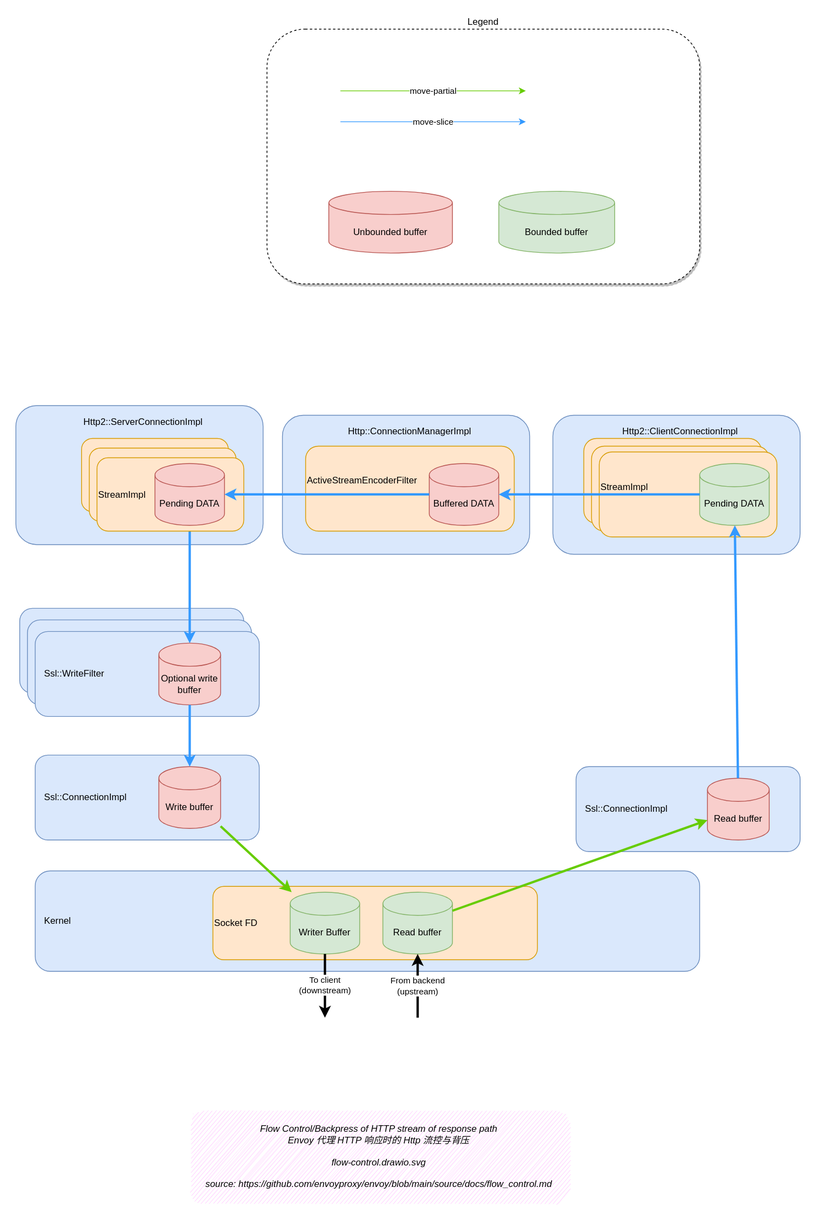
Before: docs/source/ch2-envoy/arch/flow-control/flow-control.drawio.svg, a diagram exported from draw.io (labilezhu/istio-insider). Source tidied: cells renumbered, new cells last; positions are measured from the earlier drawing's top-left corner, leaving out a move shared by most shapes.
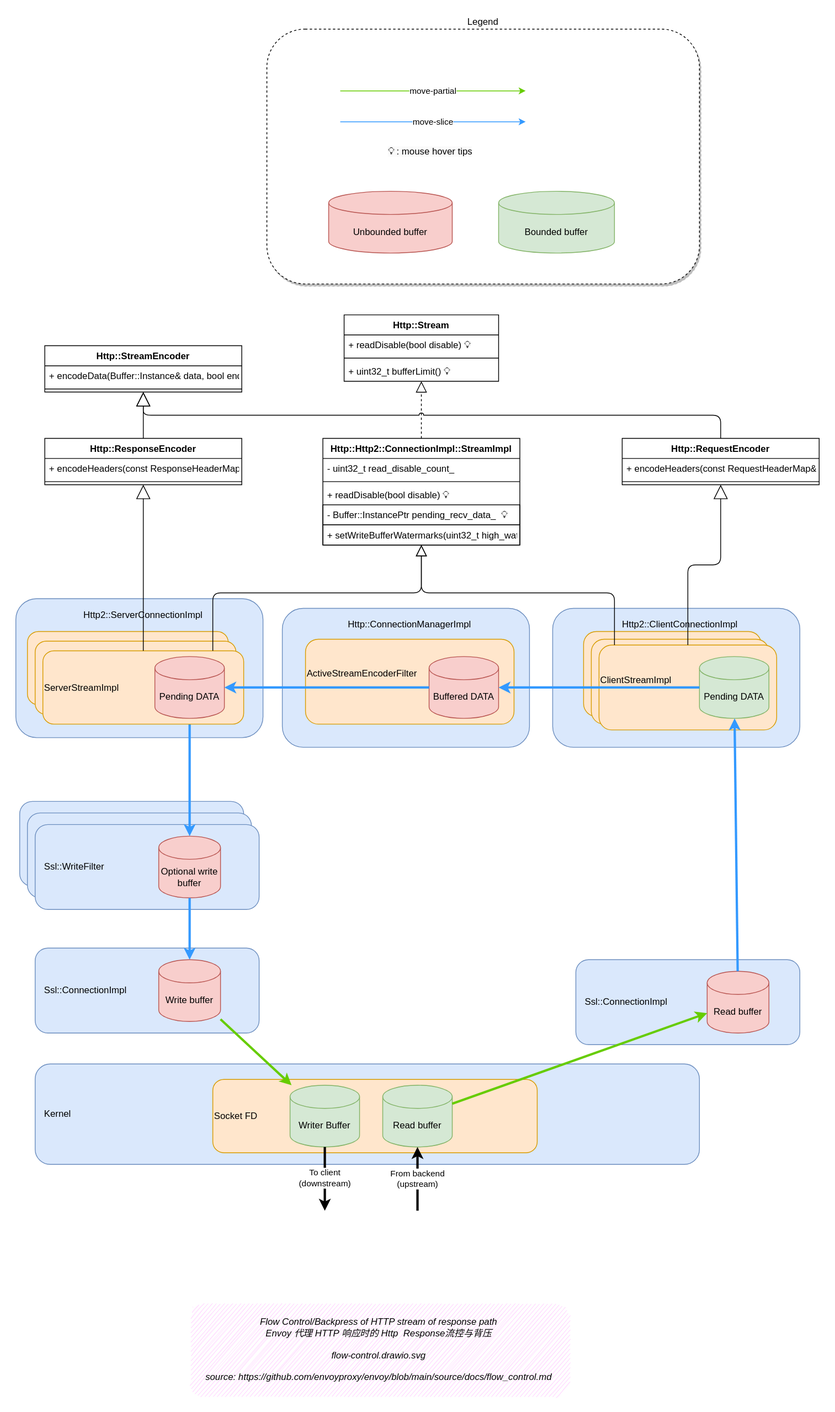
The same diagram one commit later.

The edit, as a diff of the source:
```diff
@@ -14,24 +14,24 @@
     <mxCell id="5" value="Ssl::WriteFilter" style="rounded=1;whiteSpace=wrap;html=1;fillColor=#dae8fc;strokeColor=#6c8ebf;align=left;spacingLeft=10;" parent="1" vertex="1">
       <mxGeometry x="15" y="765" width="290" height="110" as="geometry" />
     </mxCell>
-    <object id="6" label="&lt;font style=&quot;&quot;&gt;Flow Control/Backpress of HTTP stream of response path&lt;br&gt;Envoy 代理 HTTP 响应时的 Http 流控与背压&lt;br&gt;&lt;br&gt;%page%&lt;br&gt;&lt;br&gt;source:&amp;nbsp;&lt;a href=&quot;https://github.com/envoyproxy/envoy/blob/main/source/docs/flow_control.md&quot;&gt;https://github.com/envoyproxy/envoy/blob/main/source/docs/flow_control.md&lt;/a&gt;&lt;br&gt;&lt;/font&gt;" a="b" placeholders="1">
+    <object id="6" label="&lt;font style=&quot;&quot;&gt;Flow Control/Backpress of HTTP stream of response path&lt;br&gt;Envoy 代理 HTTP 响应时的 Http&amp;nbsp; Response流控与背压&lt;br&gt;&lt;br&gt;%page%&lt;br&gt;&lt;br&gt;source:&amp;nbsp;&lt;a href=&quot;https://github.com/envoyproxy/envoy/blob/main/source/docs/flow_control.md&quot;&gt;https://github.com/envoyproxy/envoy/blob/main/source/docs/flow_control.md&lt;/a&gt;&lt;br&gt;&lt;/font&gt;" a="b" placeholders="1">
       <mxCell style="text;html=1;strokeColor=none;fillColor=#FFCCFF;align=center;verticalAlign=middle;whiteSpace=wrap;rounded=1;glass=0;sketch=1;shadow=0;fontStyle=2;fontSize=12;" parent="1" vertex="1">
         <mxGeometry x="225" y="1400" width="490" height="120" as="geometry" />
       </mxCell>
     </object>
     <mxCell id="7" value="Legend" style="rounded=1;whiteSpace=wrap;html=1;fontColor=#000000;dashed=1;shadow=1;labelPosition=center;verticalLabelPosition=top;align=center;verticalAlign=bottom;" parent="1" vertex="1">
-      <mxGeometry x="325" width="560" height="330" as="geometry" />
+      <mxGeometry x="325" y="-250" width="560" height="330" as="geometry" />
     </mxCell>
     <mxCell id="8" value="move-partial" style="endArrow=classic;html=1;strokeColor=#66CC00;fontColor=#000000;jumpStyle=arc;" parent="1" edge="1">
       <mxGeometry relative="1" as="geometry">
-        <mxPoint x="420" y="80" as="sourcePoint" />
-        <mxPoint x="660" y="80" as="targetPoint" />
+        <mxPoint x="420" y="-170" as="sourcePoint" />
+        <mxPoint x="660" y="-170" as="targetPoint" />
       </mxGeometry>
     </mxCell>
     <mxCell id="9" value="move-slice" style="endArrow=classic;html=1;strokeColor=#3399FF;fontColor=#000000;jumpStyle=arc;" parent="1" edge="1">
       <mxGeometry relative="1" as="geometry">
-        <mxPoint x="420" y="120" as="sourcePoint" />
-        <mxPoint x="660" y="120" as="targetPoint" />
+        <mxPoint x="420" y="-130" as="sourcePoint" />
+        <mxPoint x="660" y="-130" as="targetPoint" />
       </mxGeometry>
     </mxCell>
     <mxCell id="10" value="Kernel" style="rounded=1;whiteSpace=wrap;html=1;fillColor=#dae8fc;strokeColor=#6c8ebf;align=left;spacingLeft=10;" parent="1" vertex="1">
@@ -83,10 +83,10 @@
       <mxGeometry x="695" y="500" width="320" height="180" as="geometry" />
     </mxCell>
     <mxCell id="26" value="Unbounded buffer" style="shape=cylinder3;whiteSpace=wrap;html=1;boundedLbl=1;backgroundOutline=1;size=15;fillColor=#f8cecc;strokeColor=#b85450;" parent="1" vertex="1">
-      <mxGeometry x="405" y="210" width="160" height="80" as="geometry" />
+      <mxGeometry x="405" y="-40" width="160" height="80" as="geometry" />
     </mxCell>
     <mxCell id="27" value="Bounded buffer" style="shape=cylinder3;whiteSpace=wrap;html=1;boundedLbl=1;backgroundOutline=1;size=15;fillColor=#d5e8d4;strokeColor=#82b366;" parent="1" vertex="1">
-      <mxGeometry x="625" y="210" width="150" height="80" as="geometry" />
+      <mxGeometry x="625" y="-40" width="150" height="80" as="geometry" />
     </mxCell>
     <mxCell id="28" value="Socket FD" style="rounded=1;whiteSpace=wrap;html=1;align=left;fillColor=#ffe6cc;strokeColor=#d79b00;" parent="1" vertex="1">
       <mxGeometry x="255" y="1110" width="420" height="95" as="geometry" />
@@ -120,13 +120,13 @@
       <mxGeometry relative="1" as="geometry" />
     </mxCell>
     <mxCell id="37" style="rounded=1;whiteSpace=wrap;html=1;align=left;fillColor=#ffe6cc;strokeColor=#d79b00;" parent="1" vertex="1">
-      <mxGeometry x="85" y="530" width="190" height="95" as="geometry" />
+      <mxGeometry x="15" y="530" width="260" height="95" as="geometry" />
     </mxCell>
     <mxCell id="38" style="rounded=1;whiteSpace=wrap;html=1;align=left;fillColor=#ffe6cc;strokeColor=#d79b00;" parent="1" vertex="1">
-      <mxGeometry x="95" y="542.5" width="190" height="95" as="geometry" />
+      <mxGeometry x="25" y="542.5" width="260" height="95" as="geometry" />
     </mxCell>
-    <mxCell id="39" value="StreamImpl" style="rounded=1;whiteSpace=wrap;html=1;align=left;fillColor=#ffe6cc;strokeColor=#d79b00;" parent="1" vertex="1">
-      <mxGeometry x="105" y="555" width="190" height="95" as="geometry" />
+    <mxCell id="39" value="ServerStreamImpl" style="rounded=1;whiteSpace=wrap;html=1;align=left;fillColor=#ffe6cc;strokeColor=#d79b00;" parent="1" vertex="1">
+      <mxGeometry x="35" y="555" width="260" height="95" as="geometry" />
     </mxCell>
     <mxCell id="40" value="Pending DATA" style="shape=cylinder3;whiteSpace=wrap;html=1;boundedLbl=1;backgroundOutline=1;size=15;fillColor=#f8cecc;strokeColor=#b85450;" parent="1" vertex="1">
       <mxGeometry x="180" y="562.5" width="90" height="80" as="geometry" />
@@ -137,7 +137,7 @@
     <mxCell id="42" style="rounded=1;whiteSpace=wrap;html=1;align=left;fillColor=#ffe6cc;strokeColor=#d79b00;" parent="1" vertex="1">
       <mxGeometry x="745" y="540" width="230" height="110" as="geometry" />
     </mxCell>
-    <mxCell id="43" value="StreamImpl" style="rounded=1;whiteSpace=wrap;html=1;align=left;fillColor=#ffe6cc;strokeColor=#d79b00;spacingBottom=20;" parent="1" vertex="1">
+    <mxCell id="43" value="ClientStreamImpl" style="rounded=1;whiteSpace=wrap;html=1;align=left;fillColor=#ffe6cc;strokeColor=#d79b00;spacingBottom=20;" parent="1" vertex="1">
       <mxGeometry x="755" y="547.5" width="230" height="110" as="geometry" />
     </mxCell>
     <mxCell id="44" value="Pending DATA" style="shape=cylinder3;whiteSpace=wrap;html=1;boundedLbl=1;backgroundOutline=1;size=15;fillColor=#d5e8d4;strokeColor=#82b366;" parent="1" vertex="1">
@@ -152,5 +152,101 @@
     <mxCell id="47" style="endArrow=classic;html=1;strokeColor=#3399FF;fontColor=#000000;strokeWidth=3;" parent="1" edge="1" source="22" target="40">
       <mxGeometry relative="1" as="geometry" />
     </mxCell>
+    <mxCell id="48" value="Http::Stream" style="swimlane;fontStyle=1;align=center;verticalAlign=top;horizontal=1;startSize=26;" parent="1" vertex="1">
+      <mxGeometry x="425" y="120" width="200" height="86" as="geometry" />
+    </mxCell>
+    <mxCell id="49" value="+ readDisable(bool disable) 💡" style="text;strokeColor=none;fillColor=none;align=left;verticalAlign=top;spacingLeft=4;spacingRight=4;overflow=hidden;" parent="48" vertex="1">
+      <mxGeometry y="26" width="200" height="26" as="geometry" />
+    </mxCell>
+    <mxCell id="50" style="line;strokeWidth=1;fillColor=none;align=left;verticalAlign=middle;spacingTop=-1;spacingLeft=3;spacingRight=3;labelPosition=right;strokeColor=inherit;" parent="48" vertex="1">
+      <mxGeometry y="52" width="200" height="8" as="geometry" />
+    </mxCell>
+    <mxCell id="51" value="+ uint32_t bufferLimit() 💡" style="text;strokeColor=none;fillColor=none;align=left;verticalAlign=top;spacingLeft=4;spacingRight=4;overflow=hidden;" parent="48" vertex="1">
+      <mxGeometry y="60" width="200" height="26" as="geometry" />
+    </mxCell>
+    <mxCell id="52" style="endArrow=block;endFill=0;endSize=12;html=1;strokeWidth=1;edgeStyle=orthogonalEdgeStyle;dashed=1;" parent="1" edge="1" source="54" target="48">
+      <mxGeometry relative="1" as="geometry" />
+    </mxCell>
+    <mxCell id="53" style="endArrow=block;endFill=0;endSize=12;html=1;strokeWidth=1;edgeStyle=orthogonalEdgeStyle;" parent="1" edge="1" source="43" target="54">
+      <mxGeometry relative="1" as="geometry">
+        <Array as="points">
+          <mxPoint x="775" y="480" />
+          <mxPoint x="525" y="480" />
+        </Array>
+      </mxGeometry>
+    </mxCell>
+    <mxCell id="54" value="Http::Http2::ConnectionImpl::StreamImpl" style="swimlane;fontStyle=1;align=center;verticalAlign=top;horizontal=1;startSize=26;" parent="1" vertex="1">
+      <mxGeometry x="397.5" y="280" width="255" height="138" as="geometry" />
+    </mxCell>
+    <mxCell id="55" value="- uint32_t read_disable_count_" style="text;strokeColor=none;fillColor=none;align=left;verticalAlign=top;spacingLeft=4;spacingRight=4;overflow=hidden;" parent="54" vertex="1">
+      <mxGeometry y="26" width="255" height="26" as="geometry" />
+    </mxCell>
+    <mxCell id="56" style="line;strokeWidth=1;fillColor=none;align=left;verticalAlign=middle;spacingTop=-1;spacingLeft=3;spacingRight=3;labelPosition=right;strokeColor=inherit;" parent="54" vertex="1">
+      <mxGeometry y="52" width="255" height="8" as="geometry" />
+    </mxCell>
+    <mxCell id="57" value="+ readDisable(bool disable) 💡" style="text;strokeColor=none;fillColor=none;align=left;verticalAlign=top;spacingLeft=4;spacingRight=4;overflow=hidden;" parent="54" vertex="1">
+      <mxGeometry y="60" width="255" height="26" as="geometry" />
+    </mxCell>
+    <mxCell id="58" value="- Buffer::InstancePtr pending_recv_data_  💡" style="text;strokeColor=default;fillColor=none;align=left;verticalAlign=top;spacingLeft=4;spacingRight=4;overflow=hidden;" parent="54" vertex="1">
+      <mxGeometry y="86" width="255" height="26" as="geometry" />
+    </mxCell>
+    <mxCell id="59" value="+ setWriteBufferWatermarks(uint32_t high_watermark)" style="text;strokeColor=default;fillColor=none;align=left;verticalAlign=top;spacingLeft=4;spacingRight=4;overflow=hidden;" parent="54" vertex="1">
+      <mxGeometry y="112" width="255" height="26" as="geometry" />
+    </mxCell>
+    <mxCell id="60" style="endArrow=block;endFill=0;endSize=12;html=1;strokeWidth=1;edgeStyle=orthogonalEdgeStyle;" parent="1" edge="1" source="39" target="54">
+      <mxGeometry relative="1" as="geometry">
+        <Array as="points">
+          <mxPoint x="255" y="480" />
+          <mxPoint x="525" y="480" />
+        </Array>
+      </mxGeometry>
+    </mxCell>
+    <mxCell id="61" value="Http::ResponseEncoder" style="swimlane;fontStyle=1;align=center;verticalAlign=top;horizontal=1;startSize=26;" parent="1" vertex="1">
+      <mxGeometry x="37.5" y="280" width="255" height="60" as="geometry" />
+    </mxCell>
+    <mxCell id="62" value="+ encodeHeaders(const ResponseHeaderMap&amp; headers, bool end_stream)" style="text;strokeColor=none;fillColor=none;align=left;verticalAlign=top;spacingLeft=4;spacingRight=4;overflow=hidden;" parent="61" vertex="1">
+      <mxGeometry y="26" width="255" height="26" as="geometry" />
+    </mxCell>
+    <mxCell id="63" style="line;strokeWidth=1;fillColor=none;align=left;verticalAlign=middle;spacingTop=-1;spacingLeft=3;spacingRight=3;labelPosition=right;strokeColor=inherit;" parent="61" vertex="1">
+      <mxGeometry y="52" width="255" height="8" as="geometry" />
+    </mxCell>
+    <mxCell id="64" value="Http::StreamEncoder" style="swimlane;fontStyle=1;align=center;verticalAlign=top;horizontal=1;startSize=26;" parent="1" vertex="1">
+      <mxGeometry x="37.5" y="160" width="255" height="60" as="geometry" />
+    </mxCell>
+    <mxCell id="65" value="+ encodeData(Buffer::Instance&amp; data, bool end_stream)" style="text;strokeColor=none;fillColor=none;align=left;verticalAlign=top;spacingLeft=4;spacingRight=4;overflow=hidden;" parent="64" vertex="1">
+      <mxGeometry y="26" width="255" height="26" as="geometry" />
+    </mxCell>
+    <mxCell id="66" style="line;strokeWidth=1;fillColor=none;align=left;verticalAlign=middle;spacingTop=-1;spacingLeft=3;spacingRight=3;labelPosition=right;strokeColor=inherit;" parent="64" vertex="1">
+      <mxGeometry y="52" width="255" height="8" as="geometry" />
+    </mxCell>
+    <mxCell id="67" style="endArrow=block;endSize=16;endFill=0;html=1;strokeWidth=1;edgeStyle=orthogonalEdgeStyle;" parent="1" edge="1" source="61" target="64">
+      <mxGeometry relative="1" as="geometry" />
+    </mxCell>
+    <mxCell id="68" style="endArrow=block;endSize=16;endFill=0;html=1;strokeWidth=1;edgeStyle=orthogonalEdgeStyle;" parent="1" edge="1" source="39" target="61">
+      <mxGeometry relative="1" as="geometry" />
+    </mxCell>
+    <mxCell id="69" value="Http::RequestEncoder" style="swimlane;fontStyle=1;align=center;verticalAlign=top;horizontal=1;startSize=26;" parent="1" vertex="1">
+      <mxGeometry x="785" y="280" width="255" height="60" as="geometry" />
+    </mxCell>
+    <mxCell id="70" value="+ encodeHeaders(const RequestHeaderMap&amp; headers, bool end_stream)" style="text;strokeColor=none;fillColor=none;align=left;verticalAlign=top;spacingLeft=4;spacingRight=4;overflow=hidden;" parent="69" vertex="1">
+      <mxGeometry y="26" width="255" height="26" as="geometry" />
+    </mxCell>
+    <mxCell id="71" style="line;strokeWidth=1;fillColor=none;align=left;verticalAlign=middle;spacingTop=-1;spacingLeft=3;spacingRight=3;labelPosition=right;strokeColor=inherit;" parent="69" vertex="1">
+      <mxGeometry y="52" width="255" height="8" as="geometry" />
+    </mxCell>
+    <mxCell id="72" style="endArrow=block;endSize=16;endFill=0;html=1;strokeWidth=1;edgeStyle=orthogonalEdgeStyle;jumpStyle=arc;" parent="1" edge="1" source="69" target="64">
+      <mxGeometry relative="1" as="geometry">
+        <Array as="points">
+          <mxPoint x="913" y="250" />
+          <mxPoint x="165" y="250" />
+        </Array>
+      </mxGeometry>
+    </mxCell>
+    <mxCell id="73" style="endArrow=block;endSize=16;endFill=0;html=1;strokeWidth=1;edgeStyle=orthogonalEdgeStyle;" parent="1" edge="1" source="43" target="69">
+      <mxGeometry relative="1" as="geometry" />
+    </mxCell>
+    <mxCell id="74" value="&lt;span style=&quot;color: rgb(0, 0, 0); font-family: Helvetica; font-size: 12px; font-style: normal; font-variant-ligatures: normal; font-variant-caps: normal; font-weight: 400; letter-spacing: normal; orphans: 2; text-align: left; text-indent: 0px; text-transform: none; widows: 2; word-spacing: 0px; -webkit-text-stroke-width: 0px; background-color: rgb(251, 251, 251); text-decoration-thickness: initial; text-decoration-style: initial; text-decoration-color: initial; float: none; display: inline !important;&quot;&gt;&amp;nbsp;💡 : mouse hover tips&lt;/span&gt;" style="text;whiteSpace=wrap;html=1;" parent="1" vertex="1">
+      <mxGeometry x="480" y="-105" width="165" height="25" as="geometry" />
+    </mxCell>
   </root>
 </mxGraphModel>
```
